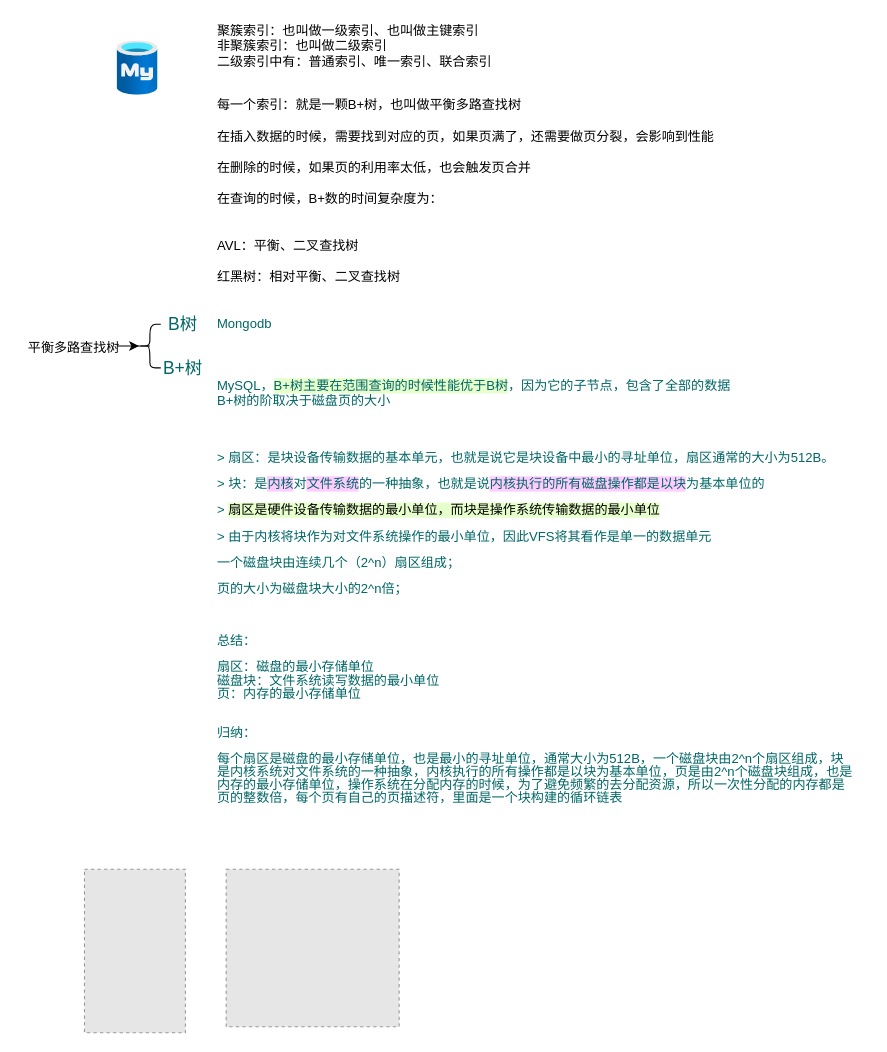
Above: Mysql.drawio in huoxingyun/drawio (draw.io), before the change. Source tidied: cells renumbered, new cells numbered last; positions are measured from the earlier drawing's top-left corner, leaving out a move shared by most shapes. Both pictures are drawn from the tidied source at 109%, with x=0, y=0 at pixel (19, 19). Pictures stored in the file or linked from it are replaced by grey dashed boxes.
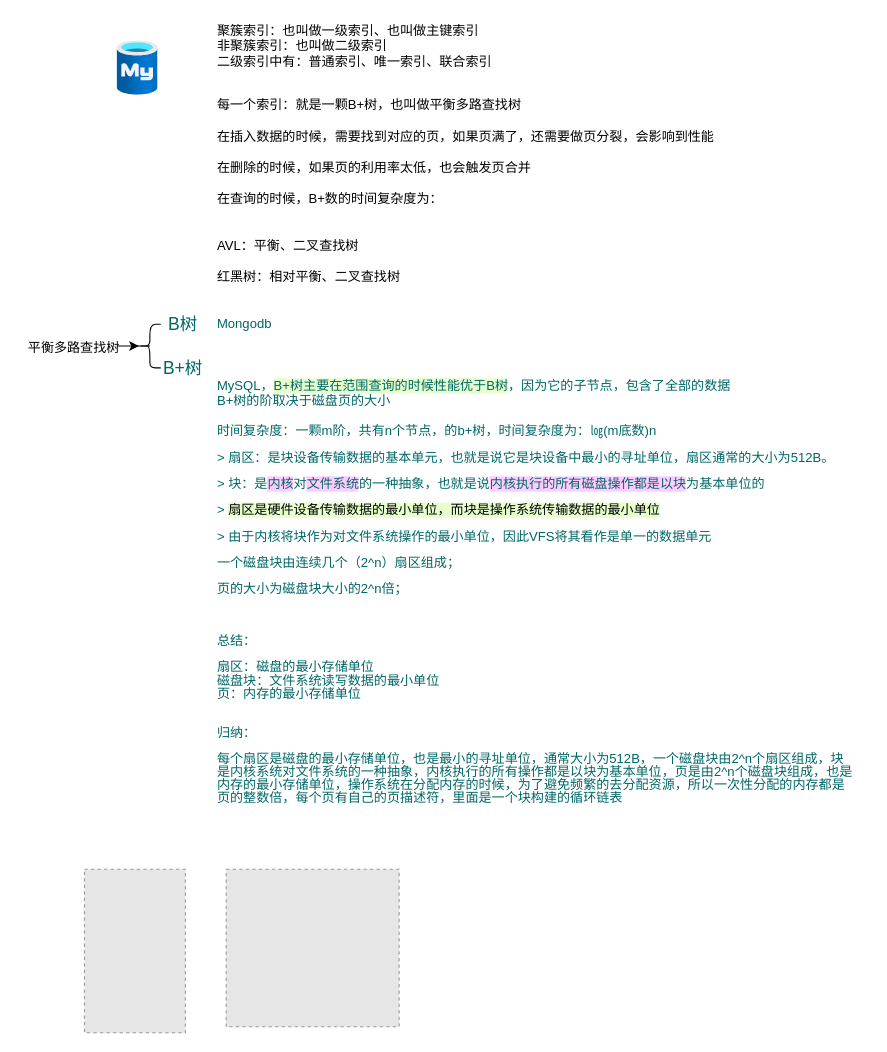
After the change.

Change to the diagram source:
```diff
@@
 <mxGraphModel>
   <root>
     <mxCell id="0" />
     <mxCell id="1" parent="0" />
     <mxCell id="2" style="html=1;align=center;image;fontSize=12;image=img/lib/azure2/databases/Azure_Database_MySQL_Server.svg;" parent="1" vertex="1">
       <mxGeometry x="90" y="20" width="37.5" height="50" as="geometry" />
     </mxCell>
     <mxCell id="3" value="聚簇索引：也叫做一级索引、也叫做主键索引&lt;br&gt;&lt;div&gt;&lt;span&gt;非聚簇索引：也叫做二级索引&lt;/span&gt;&lt;/div&gt;&lt;div&gt;&lt;span&gt;二级索引中有：普通索引、唯一索引、联合索引&lt;/span&gt;&lt;/div&gt;" style="text;html=1;align=left;verticalAlign=middle;" parent="1" vertex="1">
       <mxGeometry x="180" width="270" height="50" as="geometry" />
     </mxCell>
     <mxCell id="4" value="每一个索引：就是一颗B+树，也叫做平衡多路查找树&lt;br&gt;&lt;br&gt;在插入数据的时候，需要找到对应的页，如果页满了，还需要做页分裂，会影响到性能&lt;br&gt;&lt;br&gt;在删除的时候，如果页的利用率太低，也会触发页合并&lt;br&gt;&lt;br&gt;在查询的时候，B+数的时间复杂度为：&lt;br&gt;&lt;br&gt;&lt;br&gt;AVL：平衡、二叉查找树&lt;br&gt;&lt;br&gt;红黑树：相对平衡、二叉查找树&lt;br&gt;&lt;br&gt;" style="text;html=1;align=left;verticalAlign=middle;" parent="1" vertex="1">
       <mxGeometry x="180" y="70" width="470" height="190" as="geometry" />
     </mxCell>
     <mxCell id="5" style="shape=curlyBracket;whiteSpace=wrap;html=1;rounded=1;labelBackgroundColor=#FF0000;fillColor=#FF0000;fontSize=16;fontColor=#006666;align=center;size=0.5;" parent="1" vertex="1">
       <mxGeometry x="110" y="280" width="20" height="40" as="geometry" />
     </mxCell>
     <mxCell id="6" style="edgeStyle=orthogonalEdgeStyle;rounded=0;jettySize=auto;html=1;fontSize=16;fontColor=#006666;" parent="1" edge="1" source="7" target="5">
       <mxGeometry relative="1" as="geometry" />
     </mxCell>
     <mxCell id="7" value="&lt;span style=&quot;color: rgb(0 , 0 , 0) ; font-size: 12px ; text-align: left&quot;&gt;平衡多路查找树&lt;/span&gt;" style="text;html=1;align=center;verticalAlign=middle;points=[];fontSize=16;fontColor=#006666;" parent="1" vertex="1">
       <mxGeometry y="285" width="100" height="30" as="geometry" />
     </mxCell>
     <mxCell id="8" value="B树" style="text;html=1;align=center;verticalAlign=middle;fontSize=16;fontColor=#006666;" parent="1" vertex="1">
       <mxGeometry x="130" y="270" width="40" height="20" as="geometry" />
     </mxCell>
     <mxCell id="9" value="B+树" style="text;html=1;align=center;verticalAlign=middle;fontSize=16;fontColor=#006666;" parent="1" vertex="1">
       <mxGeometry x="125" y="310" width="50" height="20" as="geometry" />
     </mxCell>
     <mxCell id="10" value="Mongodb" style="text;html=1;align=left;verticalAlign=middle;fontSize=12;fontColor=#006666;" parent="1" vertex="1">
       <mxGeometry x="180" y="270" width="70" height="20" as="geometry" />
     </mxCell>
-    <mxCell id="11" value="&lt;p style=&quot;line-height: 120%&quot;&gt;MySQL，&lt;span style=&quot;background-color: rgb(230 , 255 , 204)&quot;&gt;B+树主要在范围查询的时候性能优于B树&lt;/span&gt;，因为它的子节点，包含了全部的数据&lt;br&gt;B+树的阶取决于磁盘页的大小&lt;/p&gt;&lt;p style=&quot;line-height: 120%&quot;&gt;&lt;br&gt;&lt;/p&gt;&lt;p style=&quot;line-height: 100%&quot;&gt;&amp;gt; 扇区：是块设备传输数据的基本单元，也就是说它是块设备中最小的寻址单位，扇区通常的大小为512B。&lt;br&gt;&lt;br&gt;&amp;gt; 块：是&lt;span style=&quot;background-color: rgb(255 , 204 , 255)&quot;&gt;内核&lt;/span&gt;对&lt;span style=&quot;background-color: rgb(255 , 204 , 255)&quot;&gt;文件系统&lt;/span&gt;的一种抽象，也就是说&lt;span style=&quot;background-color: rgb(255 , 204 , 255)&quot;&gt;内核执行的所有磁盘操作都是以块&lt;/span&gt;为基本单位的&lt;br&gt;&lt;br&gt;&amp;gt;&amp;nbsp;&lt;font color=&quot;#000000&quot;&gt;&lt;span style=&quot;background-color: rgb(230 , 255 , 204)&quot;&gt;扇区是硬件设备传输数据的最小单位，而块是操作系统传输数据的最小单位&lt;/span&gt;&lt;br&gt;&lt;/font&gt;&lt;br&gt;&amp;gt; 由于内核将块作为对文件系统操作的最小单位，因此VFS将其看作是单一的数据单元&lt;/p&gt;&lt;p style=&quot;line-height: 100%&quot;&gt;一个磁盘块由连续几个（2^n）扇区组成；&lt;/p&gt;&lt;p style=&quot;line-height: 100%&quot;&gt;页的大小为磁盘块大小的2^n倍；&lt;/p&gt;&lt;p style=&quot;line-height: 100%&quot;&gt;&lt;/p&gt;&lt;p style=&quot;line-height: 100%&quot;&gt;&lt;br&gt;&lt;/p&gt;&lt;p&gt;&lt;/p&gt;&lt;p style=&quot;line-height: 100%&quot;&gt;总结：&lt;br&gt;&lt;/p&gt;&lt;p style=&quot;line-height: 100%&quot;&gt;扇区：磁盘的最小存储单位&lt;br&gt;&lt;span&gt;磁盘块：文件系统读写数据的最小单位&lt;br&gt;&lt;/span&gt;&lt;span&gt;页：内存的最小存储单位&lt;/span&gt;&lt;/p&gt;&lt;p style=&quot;line-height: 100%&quot;&gt;&lt;span&gt;&lt;br&gt;归纳：&lt;/span&gt;&lt;/p&gt;&lt;p style=&quot;line-height: 100%&quot;&gt;每个扇区是磁盘的最小存储单位，也是最小的寻址单位，通常大小为512B，一个磁盘块由2^n个扇区组成，块&lt;br&gt;是内核系统对文件系统的一种抽象，内核执行的所有操作都是以块为基本单位，页是由2^n个磁盘块组成，也是&lt;br&gt;内存的最小存储单位，操作系统在分配内存的时候，为了避免频繁的去分配资源，所以一次性分配的内存都是&lt;br&gt;页的整数倍，每个页有自己的页描述符，里面是一个块构建的循环链表&lt;/p&gt;&lt;p&gt;&lt;/p&gt;" style="text;html=1;align=left;verticalAlign=middle;fontSize=12;fontColor=#006666;" parent="1" vertex="1">
+    <mxCell id="11" value="&lt;p style=&quot;line-height: 120%&quot;&gt;MySQL，&lt;span style=&quot;background-color: rgb(230 , 255 , 204)&quot;&gt;B+树主要在范围查询的时候性能优于B树&lt;/span&gt;，因为它的子节点，包含了全部的数据&lt;br&gt;B+树的阶取决于磁盘页的大小&lt;/p&gt;&lt;p style=&quot;line-height: 120%&quot;&gt;时间复杂度：一颗m阶，共有n个节点，的b+树，时间复杂度为：㏒(m底数)n&lt;/p&gt;&lt;p style=&quot;line-height: 100%&quot;&gt;&amp;gt; 扇区：是块设备传输数据的基本单元，也就是说它是块设备中最小的寻址单位，扇区通常的大小为512B。&lt;br&gt;&lt;br&gt;&amp;gt; 块：是&lt;span style=&quot;background-color: rgb(255 , 204 , 255)&quot;&gt;内核&lt;/span&gt;对&lt;span style=&quot;background-color: rgb(255 , 204 , 255)&quot;&gt;文件系统&lt;/span&gt;的一种抽象，也就是说&lt;span style=&quot;background-color: rgb(255 , 204 , 255)&quot;&gt;内核执行的所有磁盘操作都是以块&lt;/span&gt;为基本单位的&lt;br&gt;&lt;br&gt;&amp;gt;&amp;nbsp;&lt;font color=&quot;#000000&quot;&gt;&lt;span style=&quot;background-color: rgb(230 , 255 , 204)&quot;&gt;扇区是硬件设备传输数据的最小单位，而块是操作系统传输数据的最小单位&lt;/span&gt;&lt;br&gt;&lt;/font&gt;&lt;br&gt;&amp;gt; 由于内核将块作为对文件系统操作的最小单位，因此VFS将其看作是单一的数据单元&lt;/p&gt;&lt;p style=&quot;line-height: 100%&quot;&gt;一个磁盘块由连续几个（2^n）扇区组成；&lt;/p&gt;&lt;p style=&quot;line-height: 100%&quot;&gt;页的大小为磁盘块大小的2^n倍；&lt;/p&gt;&lt;p style=&quot;line-height: 100%&quot;&gt;&lt;/p&gt;&lt;p style=&quot;line-height: 100%&quot;&gt;&lt;br&gt;&lt;/p&gt;&lt;p&gt;&lt;/p&gt;&lt;p style=&quot;line-height: 100%&quot;&gt;总结：&lt;br&gt;&lt;/p&gt;&lt;p style=&quot;line-height: 100%&quot;&gt;扇区：磁盘的最小存储单位&lt;br&gt;&lt;span&gt;磁盘块：文件系统读写数据的最小单位&lt;br&gt;&lt;/span&gt;&lt;span&gt;页：内存的最小存储单位&lt;/span&gt;&lt;/p&gt;&lt;p style=&quot;line-height: 100%&quot;&gt;&lt;span&gt;&lt;br&gt;归纳：&lt;/span&gt;&lt;/p&gt;&lt;p style=&quot;line-height: 100%&quot;&gt;每个扇区是磁盘的最小存储单位，也是最小的寻址单位，通常大小为512B，一个磁盘块由2^n个扇区组成，块&lt;br&gt;是内核系统对文件系统的一种抽象，内核执行的所有操作都是以块为基本单位，页是由2^n个磁盘块组成，也是&lt;br&gt;内存的最小存储单位，操作系统在分配内存的时候，为了避免频繁的去分配资源，所以一次性分配的内存都是&lt;br&gt;页的整数倍，每个页有自己的页描述符，里面是一个块构建的循环链表&lt;/p&gt;&lt;p&gt;&lt;/p&gt;" style="text;html=1;align=left;verticalAlign=middle;fontSize=12;fontColor=#006666;" parent="1" vertex="1">
       <mxGeometry x="180" y="315" width="600" height="420" as="geometry" />
     </mxCell>
     <mxCell id="12" style="fillColor=#E6E6E6;strokeColor=#999999;dashed=1;verticalLabelPosition=bottom;verticalAlign=top;labelBackgroundColor=#FF0000;fontSize=12;fontColor=#006666;align=left;" parent="1" vertex="1">
       <mxGeometry x="60" y="780" width="92.6" height="150" as="geometry" />
     </mxCell>
     <mxCell id="13" style="fillColor=#E6E6E6;strokeColor=#999999;dashed=1;verticalLabelPosition=bottom;verticalAlign=top;labelBackgroundColor=#FF0000;fontSize=12;fontColor=#006666;align=left;" parent="1" vertex="1">
       <mxGeometry x="190" y="780" width="158.7" height="144.5" as="geometry" />
     </mxCell>
   </root>
 </mxGraphModel>
```
